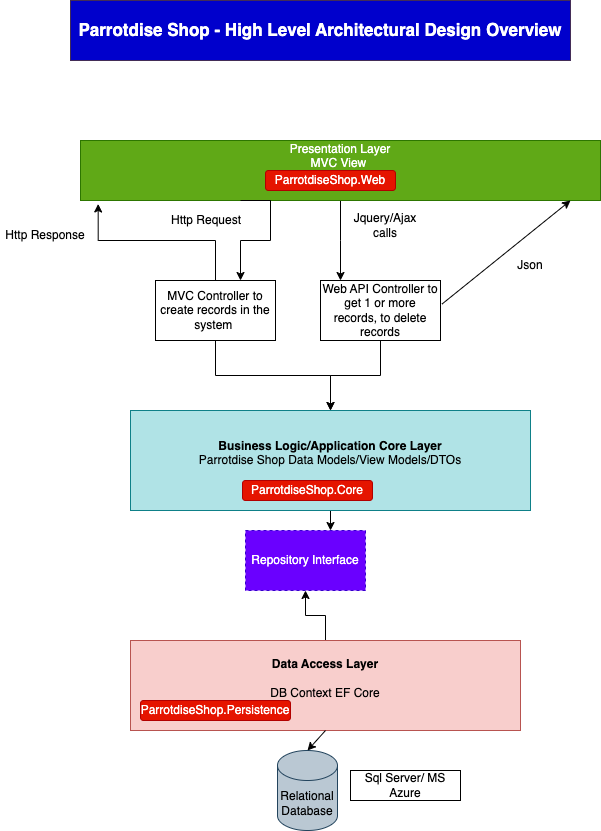
sairars/ParrotdiseShop keeps this draw.io diagram as designdocuments/HighLevelDesign.png. Above is the earlier version. Source tidied: cells renumbered, new cells last; positions are measured from the earlier drawing's top-left corner, leaving out a move shared by most shapes.
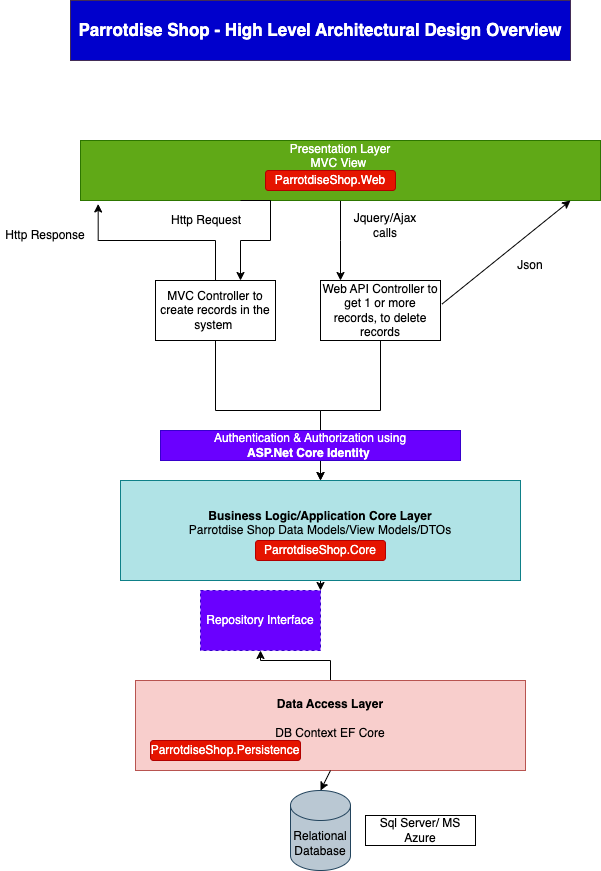
After the change.

Commit message:
Update high level design diagram by adding ASP Core Identity

What changed in the source:
```diff
@@ -3,16 +3,16 @@
     <mxCell id="0" />
     <mxCell id="1" parent="0" />
     <mxCell id="2" value="Relational Database" style="shape=cylinder3;whiteSpace=wrap;html=1;boundedLbl=1;backgroundOutline=1;size=15;fillColor=#bac8d3;strokeColor=#23445d;" parent="1" vertex="1">
-      <mxGeometry x="277" y="750" width="60" height="80" as="geometry" />
+      <mxGeometry x="290" y="790" width="60" height="80" as="geometry" />
     </mxCell>
     <mxCell id="3" value="Sql Server/ MS Azure&lt;br&gt;" style="text;html=1;strokeColor=black;fillColor=none;align=center;verticalAlign=middle;whiteSpace=wrap;rounded=0;" parent="1" vertex="1">
-      <mxGeometry x="350" y="770" width="110" height="30" as="geometry" />
+      <mxGeometry x="365" y="815" width="110" height="30" as="geometry" />
     </mxCell>
     <mxCell id="4" style="edgeStyle=orthogonalEdgeStyle;rounded=0;jettySize=auto;html=1;" parent="1" edge="1" source="5" target="9">
       <mxGeometry relative="1" as="geometry" />
     </mxCell>
     <mxCell id="5" value="&lt;b&gt;Data Access Layer&lt;br&gt;&lt;/b&gt;&lt;br&gt;DB Context EF Core&lt;br&gt;&lt;br&gt;" style="rounded=0;whiteSpace=wrap;html=1;fillColor=#f8cecc;strokeColor=#b85450;" parent="1" vertex="1">
-      <mxGeometry x="130" y="640" width="390" height="90" as="geometry" />
+      <mxGeometry x="135" y="680" width="390" height="90" as="geometry" />
     </mxCell>
     <mxCell id="6" style="endArrow=classic;html=1;rounded=0;entryX=0.5;entryY=0;entryDx=0;entryDy=0;entryPerimeter=0;exitX=0.5;exitY=1;exitDx=0;exitDy=0;" parent="1" edge="1" source="5" target="2">
       <mxGeometry relative="1" as="geometry" />
@@ -26,10 +26,10 @@
       </mxGeometry>
     </mxCell>
     <mxCell id="8" value="&lt;b&gt;Business Logic/Application Core Layer&lt;br&gt;&lt;/b&gt;Parrotdise Shop Data Models/View Models/DTOs&lt;br&gt;&lt;br&gt;" style="rounded=0;whiteSpace=wrap;html=1;fillColor=#b0e3e6;strokeColor=#0e8088;" parent="1" vertex="1">
-      <mxGeometry x="130" y="410" width="400" height="100" as="geometry" />
+      <mxGeometry x="120" y="480" width="400" height="100" as="geometry" />
     </mxCell>
     <mxCell id="9" value="Repository Interface&lt;br&gt;" style="rounded=0;whiteSpace=wrap;html=1;dashed=1;fillColor=#6a00ff;strokeColor=#3700CC;fontColor=#ffffff;" parent="1" vertex="1">
-      <mxGeometry x="245" y="530" width="120" height="60" as="geometry" />
+      <mxGeometry x="200" y="590" width="120" height="60" as="geometry" />
     </mxCell>
     <mxCell id="10" style="edgeStyle=orthogonalEdgeStyle;rounded=0;orthogonalLoop=1;jettySize=auto;html=1;exitX=0.5;exitY=1;exitDx=0;exitDy=0;" parent="1" edge="1" source="8" target="8">
       <mxGeometry relative="1" as="geometry" />
@@ -57,10 +57,10 @@
       <mxGeometry x="265" y="170" width="130" height="20" as="geometry" />
     </mxCell>
     <mxCell id="15" value="ParrotdiseShop.Core" style="rounded=1;whiteSpace=wrap;html=1;fillColor=#e51400;strokeColor=#B20000;fontColor=#ffffff;" parent="1" vertex="1">
-      <mxGeometry x="242" y="480" width="130" height="20" as="geometry" />
+      <mxGeometry x="255" y="540" width="130" height="20" as="geometry" />
     </mxCell>
     <mxCell id="16" value="ParrotdiseShop.Persistence" style="rounded=1;whiteSpace=wrap;html=1;fillColor=#e51400;strokeColor=#B20000;fontColor=#ffffff;" parent="1" vertex="1">
-      <mxGeometry x="140" y="700" width="150" height="20" as="geometry" />
+      <mxGeometry x="150" y="740" width="150" height="20" as="geometry" />
     </mxCell>
     <mxCell id="17" style="edgeStyle=orthogonalEdgeStyle;rounded=0;jettySize=auto;html=1;" parent="1" edge="1" source="18" target="8">
       <mxGeometry relative="1" as="geometry" />
@@ -97,5 +97,8 @@
     <mxCell id="27" value="&lt;font size=&quot;1&quot; color=&quot;#ffffff&quot;&gt;&lt;b style=&quot;font-size: 17px;&quot;&gt;Parrotdise Shop - High Level Architectural Design Overview&lt;/b&gt;&lt;/font&gt;" style="rounded=0;whiteSpace=wrap;html=1;fillColor=#0000CC;fontColor=#ffffff;strokeColor=#432D57;" parent="1" vertex="1">
       <mxGeometry x="70" width="500" height="60" as="geometry" />
     </mxCell>
+    <mxCell id="28" value="Authentication &amp;amp; Authorization using&lt;br&gt;&lt;b&gt;ASP.Net Core Identity&amp;nbsp;&lt;/b&gt;" style="rounded=0;whiteSpace=wrap;html=1;fillColor=#6a00ff;fontColor=#ffffff;strokeColor=#3700CC;" parent="1" vertex="1">
+      <mxGeometry x="160" y="430" width="300" height="30" as="geometry" />
+    </mxCell>
   </root>
 </mxGraphModel>
```
